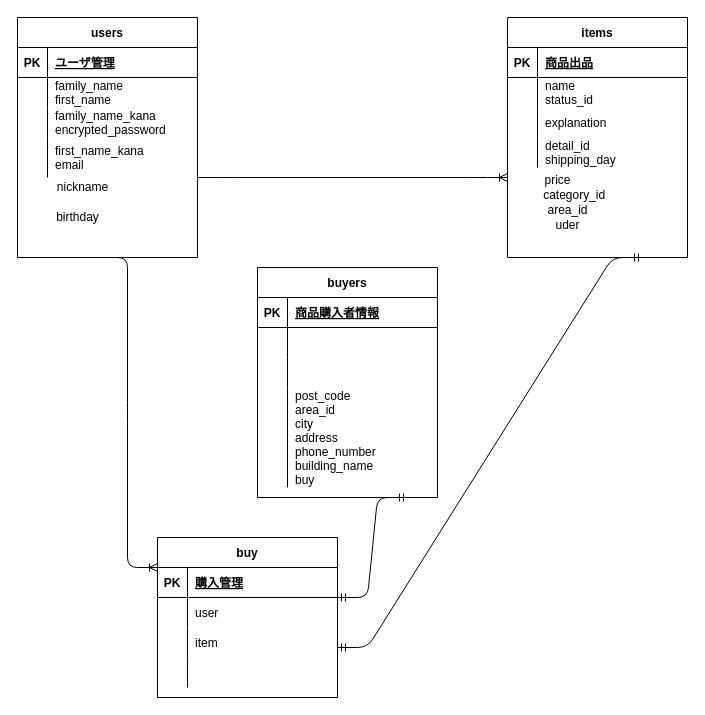
This is ER図.dio from sakaki38/furima-36023, a draw.io file, before an edit. Source tidied: cells renumbered, new cells numbered last; positions are measured from the earlier drawing's top-left corner, leaving out a move shared by most shapes. Both pictures are drawn from the tidied source at 100%, with x=0, y=0 at pixel (17, 17).
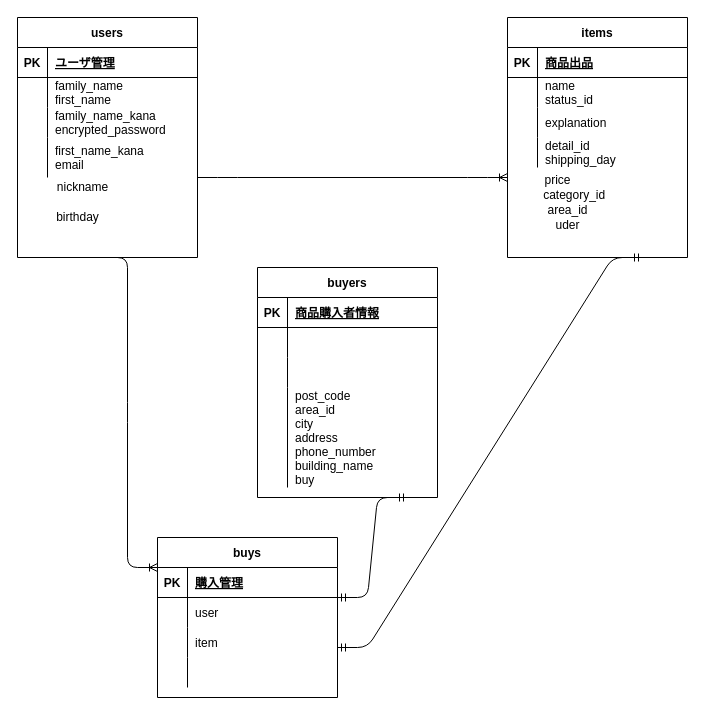
The same diagram, later.

The edit, as a diff of the source:
```diff
@@
-    <mxCell id="46" value="buy" style="shape=table;startSize=30;childLayout=tableLayout;rowLines=0;fontStyle=1;align=center;" parent="1" vertex="1">
+    <mxCell id="46" value="buys" style="shape=table;startSize=30;childLayout=tableLayout;rowLines=0;fontStyle=1;align=center;" parent="1" vertex="1">
       <mxGeometry x="140" y="520" width="180" height="160" as="geometry" />
     </mxCell>
```
